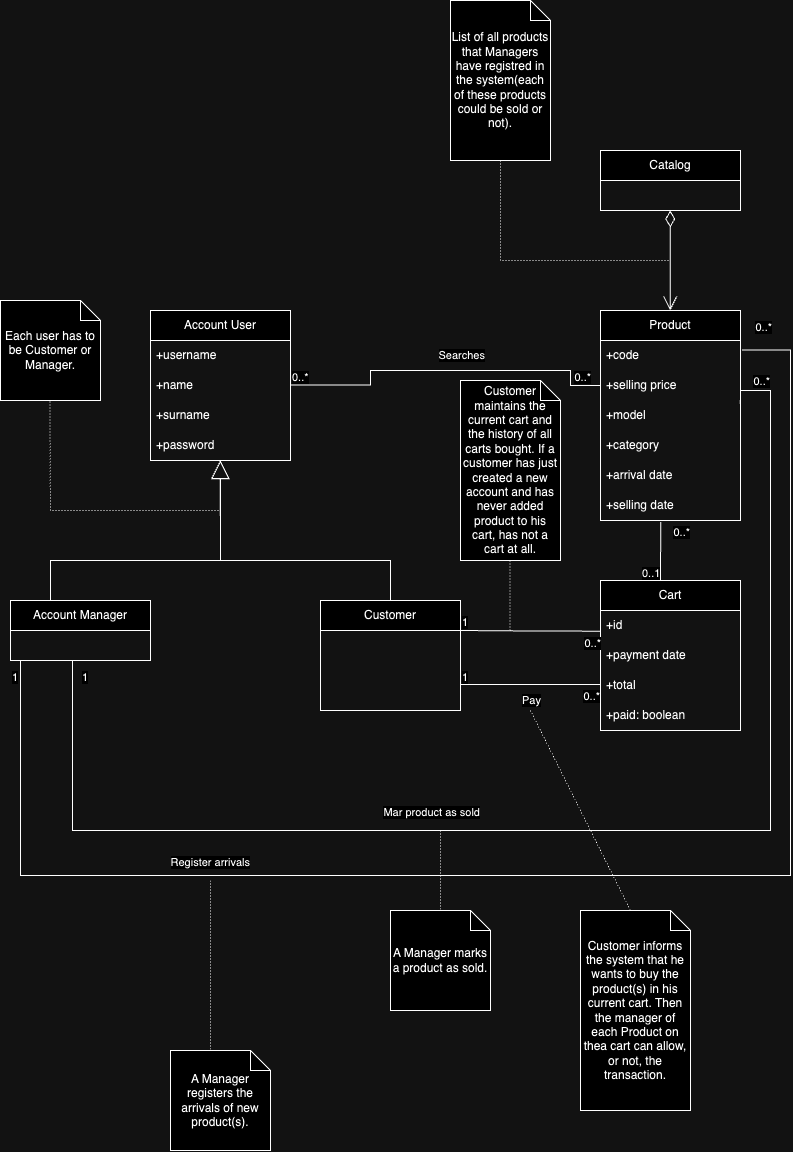
The draw.io diagram assets/img/V1/CLDV1.png in Andrea-1704/Ezelectronics, before a commit. Source tidied: cells renumbered, new cells last; positions are measured from the earlier drawing's top-left corner, leaving out a move shared by most shapes.
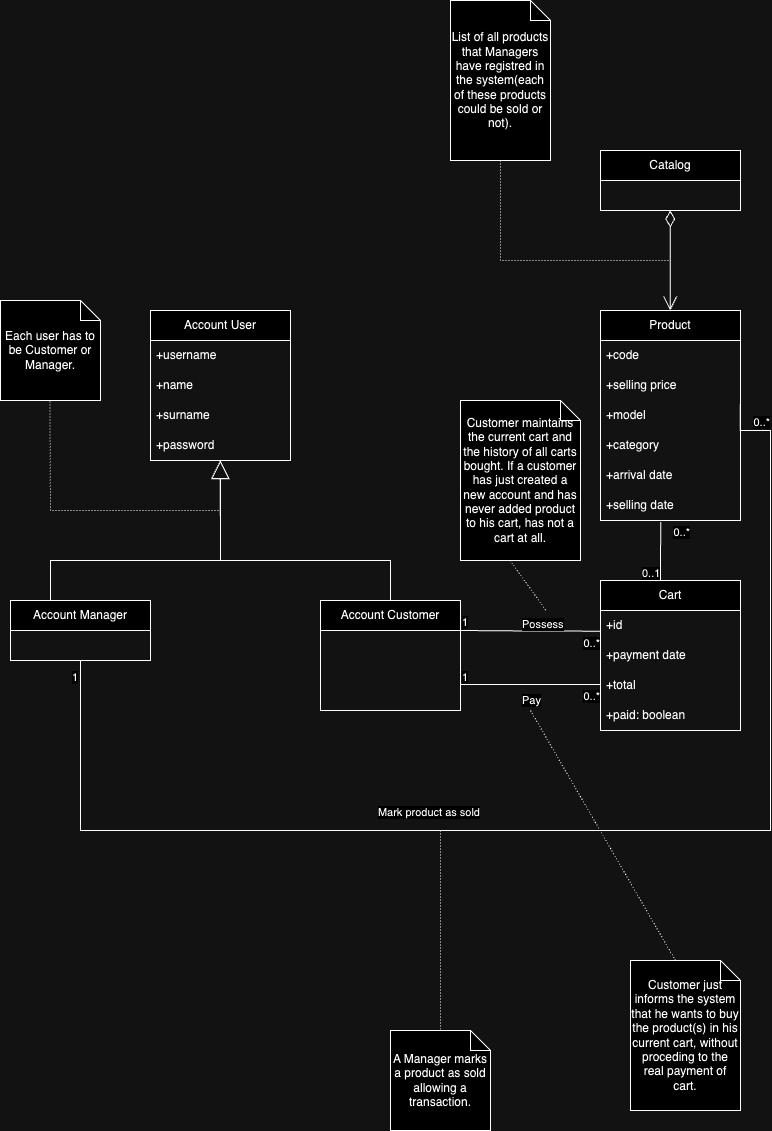
After the change.

The edit, as a diff of the source:
```diff
@@ -42,7 +42,7 @@
         </Array>
       </mxGeometry>
     </mxCell>
-    <mxCell id="10" value="Customer" style="swimlane;fontStyle=0;horizontal=1;startSize=30;whiteSpace=wrap;html=1;" parent="1" vertex="1">
+    <mxCell id="10" value="Account Customer" style="swimlane;fontStyle=0;horizontal=1;startSize=30;whiteSpace=wrap;html=1;" parent="1" vertex="1">
       <mxGeometry x="320" y="600" width="140" height="110" as="geometry" />
     </mxCell>
     <mxCell id="11" value="Catalog" style="swimlane;fontStyle=0;horizontal=1;startSize=30;whiteSpace=wrap;html=1;" parent="1" vertex="1">
@@ -150,55 +150,50 @@
       <mxGeometry relative="1" as="geometry">
         <mxPoint x="70" y="660" as="sourcePoint" />
         <Array as="points">
-          <mxPoint x="72" y="660" />
-          <mxPoint x="72" y="830" />
+          <mxPoint x="80" y="660" />
+          <mxPoint x="80" y="830" />
           <mxPoint x="770" y="830" />
-          <mxPoint x="770" y="390" />
-          <mxPoint x="740" y="390" />
-          <mxPoint x="740" y="395" />
-          <mxPoint x="740" y="395" />
+          <mxPoint x="770" y="430" />
+          <mxPoint x="740" y="430" />
         </Array>
       </mxGeometry>
     </mxCell>
     <mxCell id="36" value="1" style="edgeLabel;html=1;align=left;verticalAlign=bottom;" parent="35" vertex="1">
       <mxGeometry x="-1" relative="1" as="geometry">
-        <mxPoint x="10" y="25" as="offset" />
+        <mxPoint y="25" as="offset" />
       </mxGeometry>
     </mxCell>
     <mxCell id="37" value="0..*" style="edgeLabel;html=1;align=right;verticalAlign=bottom;" parent="35" vertex="1">
       <mxGeometry x="1" relative="1" as="geometry">
-        <mxPoint x="30" y="-15" as="offset" />
+        <mxPoint x="30" y="26" as="offset" />
       </mxGeometry>
     </mxCell>
-    <mxCell id="38" value="Mar product as sold" style="edgeLabel;html=1;align=right;verticalAlign=bottom;" parent="1" vertex="1">
+    <mxCell id="38" value="Mark product as sold" style="edgeLabel;html=1;align=right;verticalAlign=bottom;" parent="1" vertex="1">
       <mxGeometry x="480" y="820" as="geometry" />
     </mxCell>
-    <mxCell id="39" style="endArrow=none;html=1;rounded=0;dashed=1;dashPattern=1 2;" parent="1" edge="1">
+    <mxCell id="39" style="endArrow=none;html=1;rounded=0;dashed=1;dashPattern=1 2;entryX=0.5;entryY=0;entryDx=0;entryDy=0;entryPerimeter=0;" parent="1" edge="1" target="40">
       <mxGeometry relative="1" as="geometry">
         <mxPoint x="440" y="830" as="sourcePoint" />
-        <mxPoint x="440" y="910" as="targetPoint" />
       </mxGeometry>
     </mxCell>
-    <mxCell id="40" value="A Manager marks a product as sold." style="shape=note;size=20;whiteSpace=wrap;html=1;" parent="1" vertex="1">
-      <mxGeometry x="390" y="910" width="100" height="100" as="geometry" />
+    <mxCell id="40" value="A Manager marks a product as sold allowing a transaction." style="shape=note;size=20;whiteSpace=wrap;html=1;" parent="1" vertex="1">
+      <mxGeometry x="390" y="1030" width="100" height="100" as="geometry" />
     </mxCell>
-    <mxCell id="41" style="endArrow=none;html=1;rounded=0;dashed=1;dashPattern=1 2;" parent="1" edge="1">
+    <mxCell id="41" style="endArrow=none;html=1;rounded=0;dashed=1;dashPattern=1 2;entryX=0;entryY=0;entryDx=45;entryDy=0;entryPerimeter=0;" parent="1" edge="1" target="42">
       <mxGeometry relative="1" as="geometry">
         <mxPoint x="530" y="710" as="sourcePoint" />
-        <mxPoint x="630" y="910" as="targetPoint" />
       </mxGeometry>
     </mxCell>
-    <mxCell id="42" value="Customer informs the system that he wants to buy the product(s) in his current cart. Then the manager of each Product on thea cart can allow, or not, the transaction." style="shape=note;size=20;whiteSpace=wrap;html=1;" parent="1" vertex="1">
-      <mxGeometry x="580" y="910" width="110" height="200" as="geometry" />
+    <mxCell id="42" value="Customer just informs the system that he wants to buy the product(s) in his current cart, without proceding to the real payment of cart." style="shape=note;size=20;whiteSpace=wrap;html=1;" parent="1" vertex="1">
+      <mxGeometry x="630" y="960" width="110" height="150" as="geometry" />
     </mxCell>
-    <mxCell id="43" style="endArrow=none;html=1;rounded=0;dashed=1;dashPattern=1 2;" parent="1" edge="1">
+    <mxCell id="43" style="endArrow=none;html=1;rounded=0;dashed=1;dashPattern=1 2;" parent="1" edge="1" target="59">
       <mxGeometry relative="1" as="geometry">
         <mxPoint x="509.5" y="560" as="sourcePoint" />
-        <mxPoint x="509.5" y="630" as="targetPoint" />
       </mxGeometry>
     </mxCell>
     <mxCell id="44" value="Customer maintains the current cart and the history of all carts bought. If a customer has just created a new account and has never added product to his cart, has not a cart at all." style="shape=note;size=20;whiteSpace=wrap;html=1;" parent="1" vertex="1">
-      <mxGeometry x="460" y="380" width="100" height="180" as="geometry" />
+      <mxGeometry x="460" y="400" width="120" height="160" as="geometry" />
     </mxCell>
     <mxCell id="45" style="endArrow=none;html=1;rounded=0;dashed=1;dashPattern=1 2;" parent="1" edge="1">
       <mxGeometry relative="1" as="geometry">
@@ -224,60 +219,8 @@
     <mxCell id="48" value="Each user has to be Customer or Manager." style="shape=note;size=20;whiteSpace=wrap;html=1;" parent="1" vertex="1">
       <mxGeometry y="300" width="100" height="100" as="geometry" />
     </mxCell>
-    <mxCell id="49" style="endArrow=none;html=1;edgeStyle=orthogonalEdgeStyle;rounded=0;entryX=1.01;entryY=0.313;entryDx=0;entryDy=0;entryPerimeter=0;exitX=0.25;exitY=1;exitDx=0;exitDy=0;" parent="1" edge="1" source="7" target="13">
-      <mxGeometry relative="1" as="geometry">
-        <Array as="points">
-          <mxPoint x="20" y="660" />
-          <mxPoint x="20" y="875" />
-          <mxPoint x="790" y="875" />
-          <mxPoint x="790" y="349" />
-        </Array>
-      </mxGeometry>
-    </mxCell>
-    <mxCell id="50" value="1" style="edgeLabel;html=1;align=left;verticalAlign=bottom;" parent="49" vertex="1">
-      <mxGeometry x="-1" relative="1" as="geometry">
-        <mxPoint x="-35" y="25" as="offset" />
-      </mxGeometry>
-    </mxCell>
-    <mxCell id="51" value="0..*" style="edgeLabel;html=1;align=right;verticalAlign=bottom;" parent="49" vertex="1">
-      <mxGeometry x="1" relative="1" as="geometry">
-        <mxPoint x="30" y="-15" as="offset" />
-      </mxGeometry>
-    </mxCell>
-    <mxCell id="52" value="Register arrivals" style="edgeLabel;html=1;align=right;verticalAlign=bottom;" parent="1" vertex="1">
-      <mxGeometry x="250" y="870" as="geometry" />
-    </mxCell>
-    <mxCell id="53" style="endArrow=none;html=1;rounded=0;dashed=1;dashPattern=1 2;entryX=0;entryY=0;entryDx=40;entryDy=0;entryPerimeter=0;" parent="1" edge="1" target="54">
-      <mxGeometry relative="1" as="geometry">
-        <mxPoint x="210" y="880" as="sourcePoint" />
-      </mxGeometry>
-    </mxCell>
-    <mxCell id="54" value="A Manager registers the arrivals of new product(s)." style="shape=note;size=20;whiteSpace=wrap;html=1;" parent="1" vertex="1">
-      <mxGeometry x="170" y="1050" width="100" height="100" as="geometry" />
-    </mxCell>
-    <mxCell id="55" style="endArrow=none;html=1;edgeStyle=orthogonalEdgeStyle;rounded=0;entryX=0;entryY=0.5;entryDx=0;entryDy=0;" parent="1" edge="1" target="14">
-      <mxGeometry relative="1" as="geometry">
-        <mxPoint x="290" y="384.5" as="sourcePoint" />
-        <Array as="points">
-          <mxPoint x="370" y="385" />
-          <mxPoint x="370" y="370" />
-          <mxPoint x="570" y="370" />
-          <mxPoint x="570" y="385" />
-        </Array>
-      </mxGeometry>
-    </mxCell>
-    <mxCell id="56" value="0..*" style="edgeLabel;html=1;align=left;verticalAlign=bottom;" parent="55" vertex="1">
-      <mxGeometry x="-1" relative="1" as="geometry" />
-    </mxCell>
-    <mxCell id="57" value="0..*" style="edgeLabel;html=1;align=right;verticalAlign=bottom;" parent="55" vertex="1">
-      <mxGeometry x="1" relative="1" as="geometry">
-        <mxPoint x="-10" as="offset" />
-      </mxGeometry>
-    </mxCell>
-    <mxCell id="58" value="Searches" style="edgeLabel;html=1;align=right;verticalAlign=bottom;" parent="1" vertex="1">
-      <mxGeometry x="530" y="780" as="geometry">
-        <mxPoint x="-45" y="-417" as="offset" />
-      </mxGeometry>
-    </mxCell>
+    <mxCell id="59" value="&lt;span style=&quot;color: rgb(0, 0, 0); font-family: Helvetica; font-size: 11px; font-style: normal; font-variant-ligatures: normal; font-variant-caps: normal; font-weight: 400; letter-spacing: normal; orphans: 2; text-align: right; text-indent: 0px; text-transform: none; widows: 2; word-spacing: 0px; -webkit-text-stroke-width: 0px; white-space: nowrap; background-color: rgb(255, 255, 255); text-decoration-thickness: initial; text-decoration-style: initial; text-decoration-color: initial; display: inline !important; float: none;&quot;&gt;Possess&lt;/span&gt;" style="text;whiteSpace=wrap;html=1;" parent="1" vertex="1">
+      <mxGeometry x="520" y="610" width="80" height="40" as="geometry" />
+    </mxCell>
   </root>
 </mxGraphModel>
```
